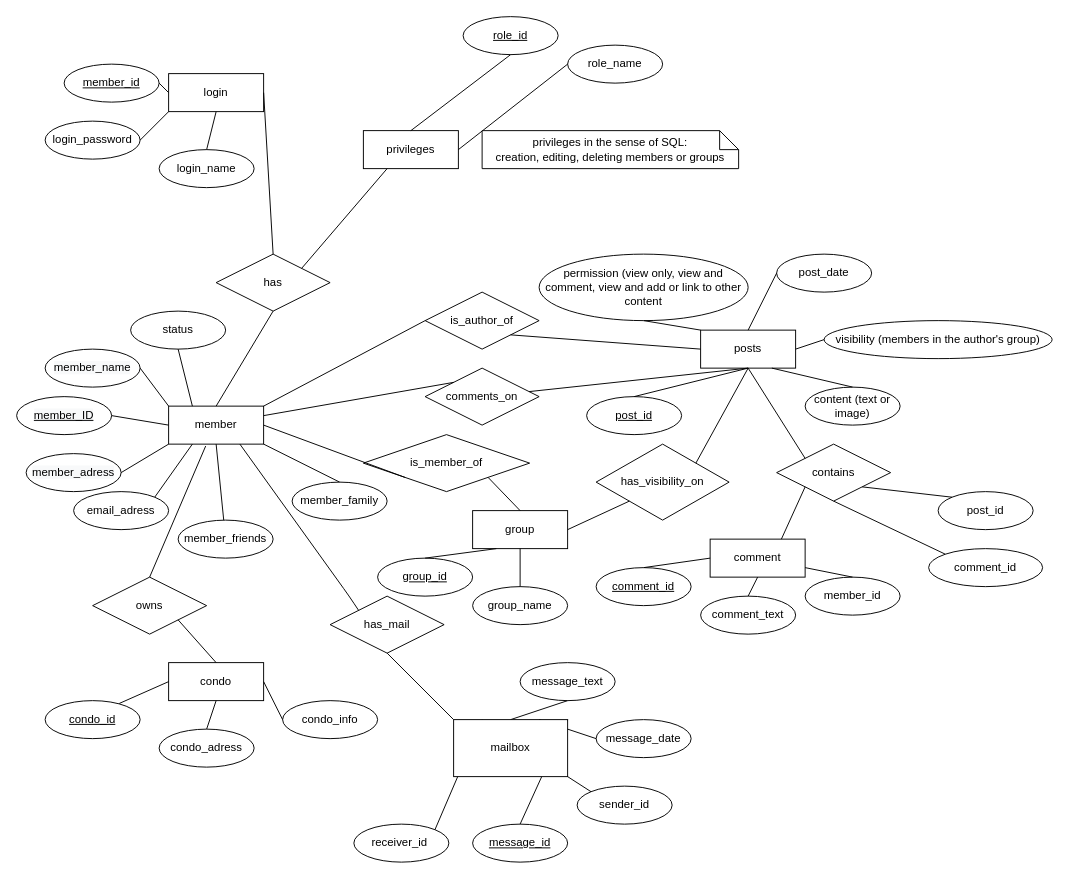
The draw.io diagram doc/ER_diagram_rev1.drawio in samgo1/Condo-Association-Project, before the edit. Source tidied: cells renumbered, new cells numbered last; positions are measured from the earlier drawing's top-left corner, leaving out a move shared by most shapes. Both pictures are drawn from the tidied source at 95%, with x=0, y=0 at pixel (16, 16).
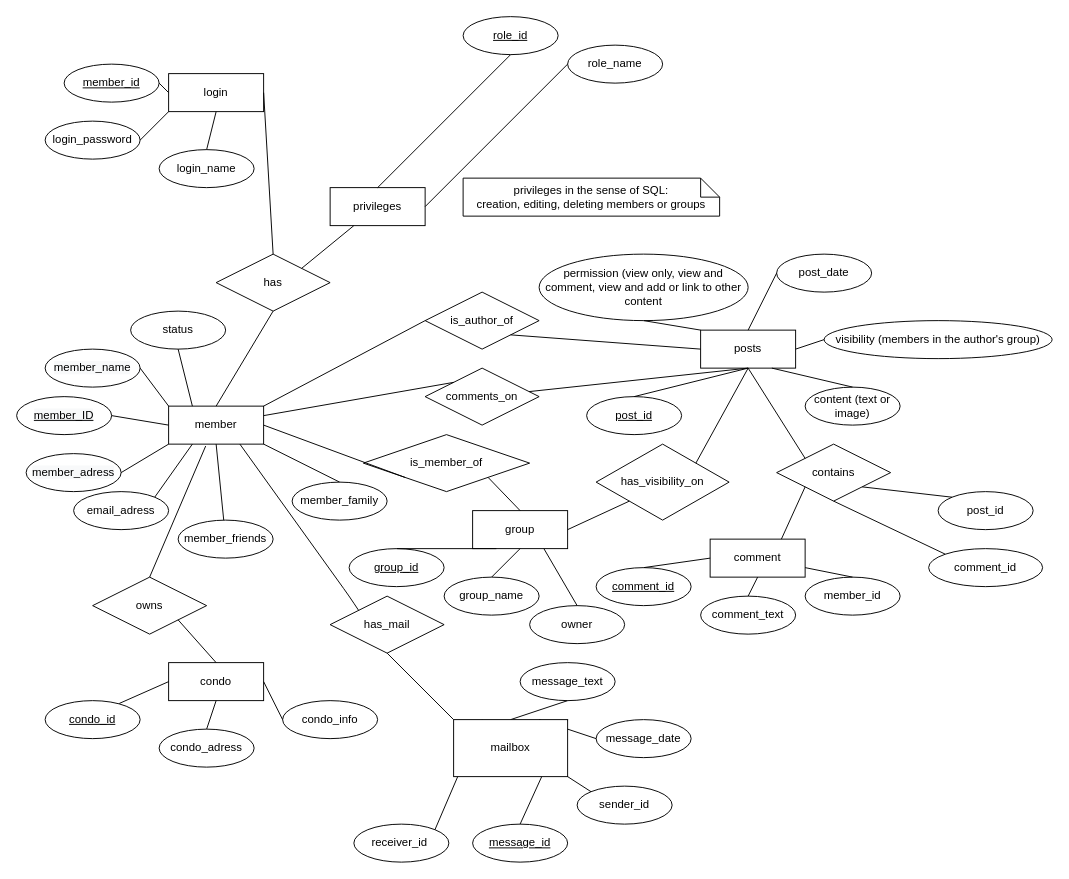
Above is the later version.

Commit message:
added owner attribute to group entity

The change refers to these unchanged cells:
```xml
<mxCell id="32" value="group" style="whiteSpace=wrap;html=1;align=center;" parent="1" vertex="1">
  <mxGeometry x="480" y="520" width="100" height="40" as="geometry" />
</mxCell>
```

Change to the diagram source:
```diff
@@
     <mxCell id="17" value="privileges" style="whiteSpace=wrap;html=1;align=center;" parent="1" vertex="1">
-      <mxGeometry x="365" y="120" width="100" height="40" as="geometry" />
+      <mxGeometry x="330" y="180" width="100" height="40" as="geometry" />
     </mxCell>
@@
     <mxCell id="33" value="group_id" style="ellipse;whiteSpace=wrap;html=1;align=center;fontStyle=4;" parent="1" vertex="1">
-      <mxGeometry x="380" y="570" width="100" height="40" as="geometry" />
+      <mxGeometry x="350" y="560" width="100" height="40" as="geometry" />
     </mxCell>
     <mxCell id="34" value="group_name" style="ellipse;whiteSpace=wrap;html=1;align=center;" parent="1" vertex="1">
-      <mxGeometry x="480" y="600" width="100" height="40" as="geometry" />
+      <mxGeometry x="450" y="590" width="100" height="40" as="geometry" />
     </mxCell>
@@
     <mxCell id="100" value="privileges in the sense of SQL:&lt;br&gt;creation, editing, deleting members or groups" style="shape=note;size=20;whiteSpace=wrap;html=1;" parent="1" vertex="1">
-      <mxGeometry x="490" y="120" width="270" height="40" as="geometry" />
+      <mxGeometry x="470" y="170" width="270" height="40" as="geometry" />
     </mxCell>
+    <mxCell id="101" value="owner" style="ellipse;whiteSpace=wrap;html=1;align=center;" parent="1" vertex="1">
+      <mxGeometry x="540" y="620" width="100" height="40" as="geometry" />
+    </mxCell>
+    <mxCell id="102" style="endArrow=none;html=1;entryX=0.75;entryY=1;entryDx=0;entryDy=0;exitX=0.5;exitY=0;exitDx=0;exitDy=0;" parent="1" edge="1" source="101" target="32">
+      <mxGeometry relative="1" as="geometry" />
+    </mxCell>
```
